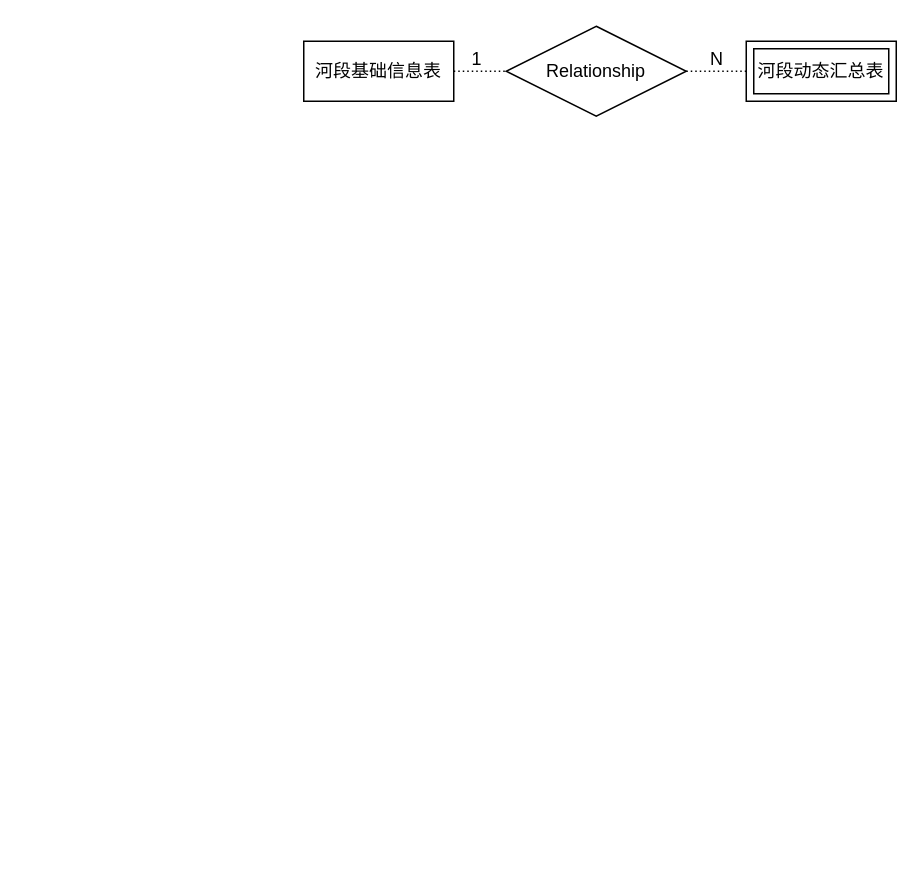
The draw.io diagram file/er.drawio in DORcode/admin-demo, before the edit. Source tidied: cells renumbered, new cells numbered last; positions are measured from the earlier drawing's top-left corner, leaving out a move shared by most shapes. Both pictures are drawn from the tidied source at 150%, with x=0, y=0 at pixel (303, 26).
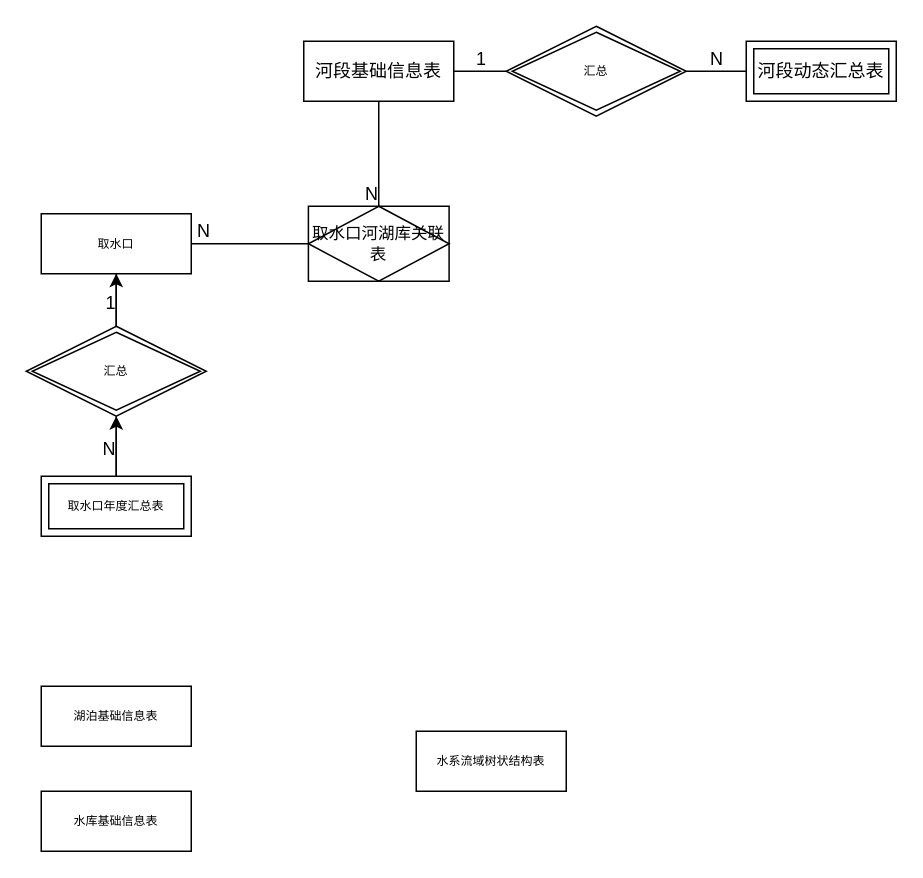
After the change.

Unchanged cells that the change refers to:
```xml
<mxCell id="2" value="河段基础信息表" style="whiteSpace=wrap;html=1;align=center;" parent="1" vertex="1">
  <mxGeometry y="10" width="100" height="40" as="geometry" />
</mxCell>
<mxCell id="6" value="河段动态汇总表" style="shape=ext;margin=3;double=1;whiteSpace=wrap;html=1;align=center;" parent="1" vertex="1">
  <mxGeometry x="295" y="10" width="100" height="40" as="geometry" />
</mxCell>
```

Change to the diagram source:
```diff
@@
-    <mxCell id="3" value="Relationship" style="shape=rhombus;perimeter=rhombusPerimeter;whiteSpace=wrap;html=1;align=center;" parent="1" vertex="1">
-      <mxGeometry x="135" width="120" height="60" as="geometry" />
-    </mxCell>
-    <mxCell id="4" style="endArrow=none;html=1;rounded=0;dashed=1;dashPattern=1 2;exitX=1;exitY=0.5;exitDx=0;exitDy=0;" parent="1" edge="1" source="2">
-      <mxGeometry relative="1" as="geometry">
-        <mxPoint x="135" y="30" as="targetPoint" />
-      </mxGeometry>
-    </mxCell>
-    <mxCell id="5" value="1" style="html=1;align=right;verticalAlign=bottom;" parent="4" vertex="1">
-      <mxGeometry x="1" relative="1" as="geometry">
-        <mxPoint x="-16" as="offset" />
-      </mxGeometry>
-    </mxCell>
@@
-    <mxCell id="7" style="endArrow=none;html=1;rounded=0;dashed=1;dashPattern=1 2;entryX=0;entryY=0.5;entryDx=0;entryDy=0;" parent="1" edge="1" target="6">
-      <mxGeometry relative="1" as="geometry">
-        <mxPoint x="255" y="30" as="sourcePoint" />
-      </mxGeometry>
-    </mxCell>
-    <mxCell id="8" value="N" style="html=1;align=right;verticalAlign=bottom;" parent="7" vertex="1">
-      <mxGeometry x="1" relative="1" as="geometry">
-        <mxPoint x="-15" as="offset" />
-      </mxGeometry>
-    </mxCell>
+    <mxCell id="9" value="&lt;font style=&quot;font-size: 11px&quot;&gt;取水口河湖库关联表&lt;/font&gt;" style="shape=associativeEntity;whiteSpace=wrap;html=1;align=center;fontSize=8;" parent="1" vertex="1">
+      <mxGeometry x="3.1" y="120" width="93.8" height="50" as="geometry" />
+    </mxCell>
+    <mxCell id="10" value="取水口" style="whiteSpace=wrap;html=1;align=center;fontSize=8;" parent="1" vertex="1">
+      <mxGeometry x="-175" y="125" width="100" height="40" as="geometry" />
+    </mxCell>
+    <mxCell id="11" style="endArrow=none;html=1;rounded=0;fontSize=8;exitX=1;exitY=0.5;exitDx=0;exitDy=0;entryX=0;entryY=0.5;entryDx=0;entryDy=0;" parent="1" edge="1" source="2">
+      <mxGeometry relative="1" as="geometry">
+        <mxPoint x="135" y="30" as="targetPoint" />
+      </mxGeometry>
+    </mxCell>
+    <mxCell id="12" value="1" style="html=1;align=right;verticalAlign=bottom;" parent="11" vertex="1">
+      <mxGeometry x="1" relative="1" as="geometry">
+        <mxPoint x="-13" as="offset" />
+      </mxGeometry>
+    </mxCell>
+    <mxCell id="13" style="endArrow=none;html=1;rounded=0;fontSize=8;exitX=1;exitY=0.5;exitDx=0;exitDy=0;entryX=0;entryY=0.5;entryDx=0;entryDy=0;" parent="1" edge="1" target="6">
+      <mxGeometry relative="1" as="geometry">
+        <mxPoint x="255" y="30" as="sourcePoint" />
+      </mxGeometry>
+    </mxCell>
+    <mxCell id="14" value="N" style="html=1;align=right;verticalAlign=bottom;" parent="13" vertex="1">
+      <mxGeometry x="1" relative="1" as="geometry">
+        <mxPoint x="-15" as="offset" />
+      </mxGeometry>
+    </mxCell>
+    <mxCell id="15" style="endArrow=none;html=1;rounded=0;fontSize=8;exitX=1;exitY=0.5;exitDx=0;exitDy=0;entryX=0;entryY=0.5;entryDx=0;entryDy=0;" parent="1" edge="1" source="10" target="9">
+      <mxGeometry relative="1" as="geometry" />
+    </mxCell>
+    <mxCell id="16" value="N" style="html=1;align=right;verticalAlign=bottom;" parent="15" vertex="1">
+      <mxGeometry x="1" relative="1" as="geometry">
+        <mxPoint x="-65" as="offset" />
+      </mxGeometry>
+    </mxCell>
+    <mxCell id="17" style="endArrow=none;html=1;rounded=0;fontSize=8;exitX=0.5;exitY=1;exitDx=0;exitDy=0;" parent="1" edge="1" source="2" target="9">
+      <mxGeometry relative="1" as="geometry" />
+    </mxCell>
+    <mxCell id="18" value="N" style="html=1;align=right;verticalAlign=bottom;" parent="17" vertex="1">
+      <mxGeometry x="1" relative="1" as="geometry" />
+    </mxCell>
+    <mxCell id="19" style="edgeStyle=orthogonalEdgeStyle;rounded=0;jettySize=auto;html=1;fontSize=8;" parent="1" edge="1" source="20" target="22">
+      <mxGeometry relative="1" as="geometry" />
+    </mxCell>
+    <mxCell id="20" value="取水口年度汇总表" style="shape=ext;margin=3;double=1;whiteSpace=wrap;html=1;align=center;fontSize=8;" parent="1" vertex="1">
+      <mxGeometry x="-175" y="300" width="100" height="40" as="geometry" />
+    </mxCell>
+    <mxCell id="21" style="edgeStyle=orthogonalEdgeStyle;rounded=0;jettySize=auto;html=1;fontSize=8;" parent="1" edge="1" source="22" target="10">
+      <mxGeometry relative="1" as="geometry" />
+    </mxCell>
+    <mxCell id="22" value="汇总" style="shape=rhombus;double=1;perimeter=rhombusPerimeter;whiteSpace=wrap;html=1;align=center;fontSize=8;" parent="1" vertex="1">
+      <mxGeometry x="-185" y="200" width="120" height="60" as="geometry" />
+    </mxCell>
+    <mxCell id="23" value="汇总" style="shape=rhombus;double=1;perimeter=rhombusPerimeter;whiteSpace=wrap;html=1;align=center;fontSize=8;" parent="1" vertex="1">
+      <mxGeometry x="135" width="120" height="60" as="geometry" />
+    </mxCell>
+    <mxCell id="24" style="endArrow=none;html=1;rounded=0;fontSize=8;exitX=0.5;exitY=1;exitDx=0;exitDy=0;entryX=0.5;entryY=0;entryDx=0;entryDy=0;" parent="1" edge="1" source="10" target="22">
+      <mxGeometry relative="1" as="geometry" />
+    </mxCell>
+    <mxCell id="25" value="1" style="html=1;align=right;verticalAlign=bottom;" parent="24" vertex="1">
+      <mxGeometry x="1" relative="1" as="geometry">
+        <mxPoint y="-7" as="offset" />
+      </mxGeometry>
+    </mxCell>
+    <mxCell id="26" style="endArrow=none;html=1;rounded=0;fontSize=8;exitX=0.5;exitY=1;exitDx=0;exitDy=0;entryX=0.5;entryY=0;entryDx=0;entryDy=0;" parent="1" edge="1" source="22" target="20">
+      <mxGeometry relative="1" as="geometry" />
+    </mxCell>
+    <mxCell id="27" value="N" style="html=1;align=right;verticalAlign=bottom;" parent="26" vertex="1">
+      <mxGeometry x="1" relative="1" as="geometry">
+        <mxPoint y="-10" as="offset" />
+      </mxGeometry>
+    </mxCell>
+    <mxCell id="28" value="湖泊基础信息表" style="whiteSpace=wrap;html=1;align=center;fontSize=8;" parent="1" vertex="1">
+      <mxGeometry x="-175" y="440" width="100" height="40" as="geometry" />
+    </mxCell>
+    <mxCell id="29" value="水库基础信息表" style="whiteSpace=wrap;html=1;align=center;fontSize=8;" parent="1" vertex="1">
+      <mxGeometry x="-175" y="510" width="100" height="40" as="geometry" />
+    </mxCell>
+    <mxCell id="30" value="水系流域树状结构表" style="whiteSpace=wrap;html=1;align=center;fontSize=8;" parent="1" vertex="1">
+      <mxGeometry x="75" y="470" width="100" height="40" as="geometry" />
+    </mxCell>
```
